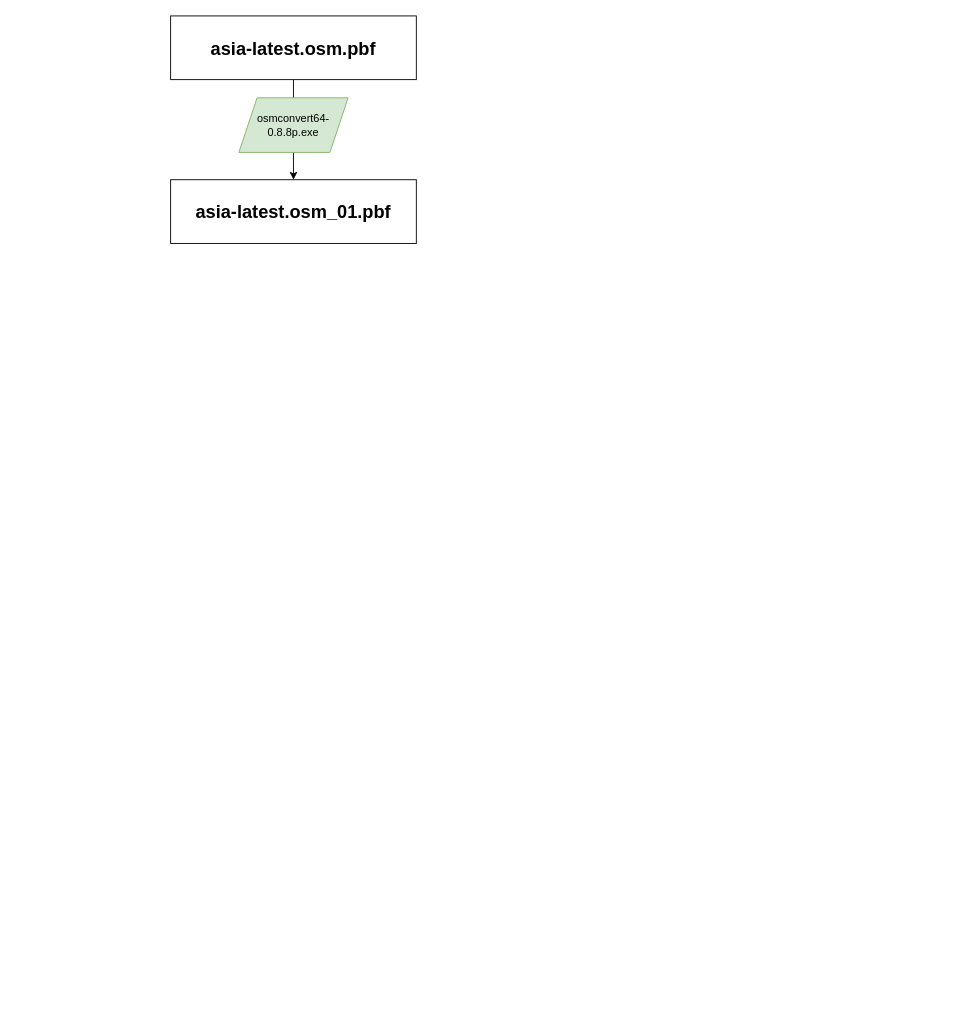
Before: 道路铁路提取数据.drawio in OpenQGIS/Draw.io, a draw.io diagram. Source tidied: cells renumbered, new cells numbered last; positions are measured from the earlier drawing's top-left corner, leaving out a move shared by most shapes. Both pictures are drawn from the tidied source at 91%, with x=0, y=0 at pixel (170, 15).
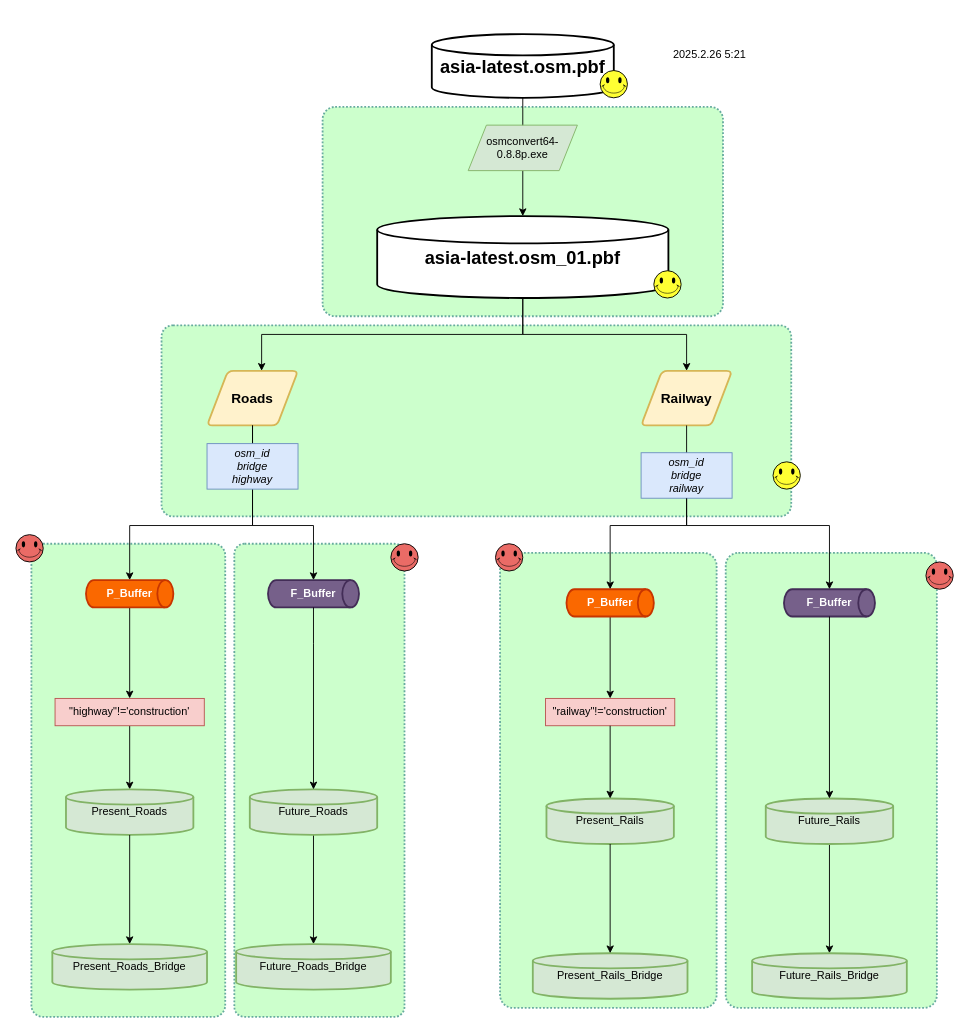
The same page after the edit.

Commit message (it also covers changes not shown here):
更新道路铁路提取数据.drawio

What changed in the source:
```diff
@@
+    <mxCell id="6" style="rounded=1;whiteSpace=wrap;html=1;fillColor=#CCFFCC;strokeColor=#67AB9F;strokeWidth=2;shadow=0;arcSize=6;dashed=1;dashPattern=1 1;" parent="1" vertex="1">
+      <mxGeometry x="610" y="590" width="232" height="500" as="geometry" />
+    </mxCell>
+    <mxCell id="7" style="rounded=1;whiteSpace=wrap;html=1;fillColor=#CCFFCC;strokeColor=#67AB9F;strokeWidth=2;shadow=0;arcSize=6;dashed=1;dashPattern=1 1;" parent="1" vertex="1">
+      <mxGeometry x="70" y="580" width="187" height="520" as="geometry" />
+    </mxCell>
+    <mxCell id="8" style="rounded=1;whiteSpace=wrap;html=1;fillColor=#CCFFCC;strokeColor=#67AB9F;strokeWidth=2;shadow=0;arcSize=6;dashed=1;dashPattern=1 1;" parent="1" vertex="1">
+      <mxGeometry x="362" y="590" width="238" height="500" as="geometry" />
+    </mxCell>
+    <mxCell id="9" style="rounded=1;whiteSpace=wrap;html=1;fillColor=#CCFFCC;strokeColor=#67AB9F;strokeWidth=2;shadow=0;arcSize=6;dashed=1;dashPattern=1 1;" parent="1" vertex="1">
+      <mxGeometry x="-153" y="580" width="213" height="520" as="geometry" />
+    </mxCell>
+    <mxCell id="10" style="rounded=1;whiteSpace=wrap;html=1;fillColor=#CCFFCC;strokeColor=#67AB9F;strokeWidth=2;shadow=0;arcSize=6;dashed=1;dashPattern=1 1;" parent="1" vertex="1">
+      <mxGeometry x="-10" y="340" width="692" height="210" as="geometry" />
+    </mxCell>
+    <mxCell id="11" style="rounded=1;whiteSpace=wrap;html=1;fillColor=#CCFFCC;strokeColor=#67AB9F;strokeWidth=2;shadow=0;arcSize=6;dashed=1;dashPattern=1 1;" parent="1" vertex="1">
+      <mxGeometry x="167" y="100" width="440" height="230" as="geometry" />
+    </mxCell>
+    <mxCell id="3" value="&lt;span style=&quot;font-size: 20px; font-weight: 700;&quot;&gt;asia-latest.osm.pbf&lt;/span&gt;" style="strokeWidth=2;html=1;shape=mxgraph.flowchart.database;whiteSpace=wrap;" parent="1" vertex="1">
+      <mxGeometry x="287" y="20" width="200" height="70" as="geometry" />
+    </mxCell>
+    <mxCell id="12" style="edgeStyle=orthogonalEdgeStyle;rounded=0;jettySize=auto;html=1;entryX=0.5;entryY=0;entryDx=0;entryDy=0;" parent="1" edge="1" source="4" target="14">
+      <mxGeometry relative="1" as="geometry" />
+    </mxCell>
+    <mxCell id="4" value="&lt;span style=&quot;font-size: 20px; font-weight: 700;&quot;&gt;asia-latest.osm_01.pbf&lt;/span&gt;" style="strokeWidth=2;html=1;shape=mxgraph.flowchart.database;whiteSpace=wrap;" parent="1" vertex="1">
+      <mxGeometry x="227" y="220" width="320" height="90" as="geometry" />
+    </mxCell>
-    <mxCell id="2" style="edgeStyle=orthogonalEdgeStyle;rounded=0;jettySize=auto;html=1;entryX=0.5;entryY=0;entryDx=0;entryDy=0;" parent="1" edge="1" source="3" target="4">
+    <mxCell id="2" style="edgeStyle=orthogonalEdgeStyle;rounded=0;jettySize=auto;html=1;entryX=0.5;entryY=0;entryDx=0;entryDy=0;entryPerimeter=0;" parent="1" edge="1" source="3" target="4">
       <mxGeometry relative="1" as="geometry" />
     </mxCell>
-    <mxCell id="3" value="asia-latest.osm.pbf" style="rounded=0;whiteSpace=wrap;html=1;fontSize=20;fontStyle=1;" parent="1" vertex="1">
-      <mxGeometry width="270" height="70" as="geometry" />
-    </mxCell>
-    <mxCell id="4" value="asia-latest.osm_01.pbf" style="rounded=0;whiteSpace=wrap;html=1;fontSize=20;fontStyle=1;" parent="1" vertex="1">
-      <mxGeometry y="180" width="270" height="70" as="geometry" />
-    </mxCell>
     <mxCell id="5" value="osmconvert64-0.8.8p.exe" style="shape=parallelogram;perimeter=parallelogramPerimeter;whiteSpace=wrap;html=1;fixedSize=1;fillColor=#d5e8d4;strokeColor=#82b366;" parent="1" vertex="1">
-      <mxGeometry x="75" y="90" width="120" height="60" as="geometry" />
+      <mxGeometry x="327" y="120" width="120" height="50" as="geometry" />
     </mxCell>
+    <mxCell id="13" value="Roads" style="shape=parallelogram;html=1;strokeWidth=2;perimeter=parallelogramPerimeter;whiteSpace=wrap;rounded=1;arcSize=12;size=0.23;fontSize=15;fontStyle=1;fillColor=#fff2cc;strokeColor=#d6b656;" parent="1" vertex="1">
+      <mxGeometry x="40" y="390" width="100" height="60" as="geometry" />
+    </mxCell>
+    <mxCell id="14" value="Railway" style="shape=parallelogram;html=1;strokeWidth=2;perimeter=parallelogramPerimeter;whiteSpace=wrap;rounded=1;arcSize=12;size=0.23;fontSize=15;fontStyle=1;fillColor=#fff2cc;strokeColor=#d6b656;" parent="1" vertex="1">
+      <mxGeometry x="517" y="390" width="100" height="60" as="geometry" />
+    </mxCell>
+    <mxCell id="15" value="&quot;railway&quot;!='construction'" style="rounded=0;whiteSpace=wrap;html=1;fontStyle=0;spacing=2;fillColor=#f8cecc;strokeColor=#b85450;" parent="1" vertex="1">
+      <mxGeometry x="412" y="750" width="142" height="30" as="geometry" />
+    </mxCell>
+    <mxCell id="16" style="edgeStyle=orthogonalEdgeStyle;rounded=0;jettySize=auto;html=1;" parent="1" edge="1" source="17" target="18">
+      <mxGeometry relative="1" as="geometry" />
+    </mxCell>
+    <mxCell id="17" value="&quot;highway&quot;!='construction'" style="rounded=0;whiteSpace=wrap;html=1;fontStyle=0;spacing=2;fillColor=#f8cecc;strokeColor=#b85450;" parent="1" vertex="1">
+      <mxGeometry x="-127" y="750" width="164" height="30" as="geometry" />
+    </mxCell>
+    <mxCell id="18" value="Present_Roads" style="strokeWidth=2;html=1;shape=mxgraph.flowchart.database;whiteSpace=wrap;fillColor=#d5e8d4;strokeColor=#82b366;" parent="1" vertex="1">
+      <mxGeometry x="-115" y="850" width="140" height="50" as="geometry" />
+    </mxCell>
+    <mxCell id="19" value="Present_Rails" style="strokeWidth=2;html=1;shape=mxgraph.flowchart.database;whiteSpace=wrap;fillColor=#d5e8d4;strokeColor=#82b366;" parent="1" vertex="1">
+      <mxGeometry x="413" y="860" width="140" height="50" as="geometry" />
+    </mxCell>
+    <mxCell id="20" style="edgeStyle=orthogonalEdgeStyle;rounded=0;jettySize=auto;html=1;" parent="1" edge="1" source="21" target="46">
+      <mxGeometry relative="1" as="geometry" />
+    </mxCell>
+    <mxCell id="21" value="Future_Roads" style="strokeWidth=2;html=1;shape=mxgraph.flowchart.database;whiteSpace=wrap;fillColor=#d5e8d4;strokeColor=#82b366;" parent="1" vertex="1">
+      <mxGeometry x="87" y="850" width="140" height="50" as="geometry" />
+    </mxCell>
+    <mxCell id="22" style="edgeStyle=orthogonalEdgeStyle;rounded=0;jettySize=auto;html=1;" parent="1" edge="1" source="23" target="47">
+      <mxGeometry relative="1" as="geometry" />
+    </mxCell>
+    <mxCell id="23" value="Future_Rails" style="strokeWidth=2;html=1;shape=mxgraph.flowchart.database;whiteSpace=wrap;fillColor=#d5e8d4;strokeColor=#82b366;" parent="1" vertex="1">
+      <mxGeometry x="654" y="860" width="140" height="50" as="geometry" />
+    </mxCell>
+    <mxCell id="24" style="edgeStyle=orthogonalEdgeStyle;rounded=0;jettySize=auto;html=1;entryX=0.5;entryY=0;entryDx=0;entryDy=0;entryPerimeter=0;" parent="1" edge="1" source="15" target="19">
+      <mxGeometry relative="1" as="geometry" />
+    </mxCell>
+    <mxCell id="25" style="edgeStyle=orthogonalEdgeStyle;rounded=0;jettySize=auto;html=1;entryX=0.6;entryY=0;entryDx=0;entryDy=0;entryPerimeter=0;" parent="1" edge="1" source="4" target="13">
+      <mxGeometry relative="1" as="geometry">
+        <Array as="points">
+          <mxPoint x="387" y="350" />
+          <mxPoint x="100" y="350" />
+        </Array>
+      </mxGeometry>
+    </mxCell>
+    <mxCell id="26" value="F_Buffer" style="strokeWidth=2;html=1;shape=mxgraph.flowchart.direct_data;whiteSpace=wrap;fillColor=#76608a;strokeColor=#432D57;fontColor=#ffffff;fontStyle=1;" parent="1" vertex="1">
+      <mxGeometry x="107" y="620" width="100" height="30" as="geometry" />
+    </mxCell>
+    <mxCell id="27" style="edgeStyle=orthogonalEdgeStyle;rounded=0;jettySize=auto;html=1;exitX=0.5;exitY=1;exitDx=0;exitDy=0;exitPerimeter=0;" parent="1" edge="1" source="28" target="17">
+      <mxGeometry relative="1" as="geometry" />
+    </mxCell>
+    <mxCell id="28" value="P_Buffer" style="strokeWidth=2;html=1;shape=mxgraph.flowchart.direct_data;whiteSpace=wrap;fillColor=#fa6800;strokeColor=#C73500;fontColor=#FFFFFF;fontStyle=1;" parent="1" vertex="1">
+      <mxGeometry x="-93" y="620" width="96" height="30" as="geometry" />
+    </mxCell>
+    <mxCell id="29" style="edgeStyle=orthogonalEdgeStyle;rounded=0;jettySize=auto;html=1;entryX=0.5;entryY=0;entryDx=0;entryDy=0;entryPerimeter=0;" parent="1" edge="1" source="13" target="28">
+      <mxGeometry relative="1" as="geometry">
+        <Array as="points">
+          <mxPoint x="90" y="560" />
+          <mxPoint x="-45" y="560" />
+        </Array>
+      </mxGeometry>
+    </mxCell>
+    <mxCell id="30" style="edgeStyle=orthogonalEdgeStyle;rounded=0;jettySize=auto;html=1;entryX=0.5;entryY=0;entryDx=0;entryDy=0;entryPerimeter=0;" parent="1" edge="1" source="13" target="26">
+      <mxGeometry relative="1" as="geometry">
+        <Array as="points">
+          <mxPoint x="90" y="560" />
+          <mxPoint x="157" y="560" />
+        </Array>
+      </mxGeometry>
+    </mxCell>
+    <mxCell id="31" value="osm_id&lt;div&gt;bridge&lt;/div&gt;&lt;div&gt;highway&lt;/div&gt;" style="rounded=0;whiteSpace=wrap;html=1;fontStyle=2;spacing=2;fillColor=#dae8fc;strokeColor=#6c8ebf;" parent="1" vertex="1">
+      <mxGeometry x="40" y="470" width="100" height="50" as="geometry" />
+    </mxCell>
+    <mxCell id="32" style="edgeStyle=orthogonalEdgeStyle;rounded=0;jettySize=auto;html=1;entryX=0.5;entryY=0;entryDx=0;entryDy=0;entryPerimeter=0;" parent="1" edge="1" source="26" target="21">
+      <mxGeometry relative="1" as="geometry">
+        <Array as="points">
+          <mxPoint x="157" y="690" />
+          <mxPoint x="157" y="690" />
+        </Array>
+      </mxGeometry>
+    </mxCell>
+    <mxCell id="33" value="F_Buffer" style="strokeWidth=2;html=1;shape=mxgraph.flowchart.direct_data;whiteSpace=wrap;fillColor=#76608a;strokeColor=#432D57;fontColor=#ffffff;fontStyle=1;" parent="1" vertex="1">
+      <mxGeometry x="674" y="630" width="100" height="30" as="geometry" />
+    </mxCell>
+    <mxCell id="34" style="edgeStyle=orthogonalEdgeStyle;rounded=0;jettySize=auto;html=1;" parent="1" edge="1" source="35" target="15">
+      <mxGeometry relative="1" as="geometry" />
+    </mxCell>
+    <mxCell id="35" value="P_Buffer" style="strokeWidth=2;html=1;shape=mxgraph.flowchart.direct_data;whiteSpace=wrap;fillColor=#fa6800;strokeColor=#C73500;fontColor=#FFFFFF;fontStyle=1;" parent="1" vertex="1">
+      <mxGeometry x="435" y="630" width="96" height="30" as="geometry" />
+    </mxCell>
+    <mxCell id="36" style="edgeStyle=orthogonalEdgeStyle;rounded=0;jettySize=auto;html=1;entryX=0.5;entryY=0;entryDx=0;entryDy=0;entryPerimeter=0;" parent="1" edge="1" source="14" target="35">
+      <mxGeometry relative="1" as="geometry">
+        <Array as="points">
+          <mxPoint x="567" y="560" />
+          <mxPoint x="483" y="560" />
+        </Array>
+      </mxGeometry>
+    </mxCell>
+    <mxCell id="37" value="osm_id&lt;div&gt;bridge&lt;/div&gt;&lt;div&gt;railway&lt;/div&gt;" style="rounded=0;whiteSpace=wrap;html=1;fontStyle=2;spacing=2;fillColor=#dae8fc;strokeColor=#6c8ebf;" parent="1" vertex="1">
+      <mxGeometry x="517" y="480" width="100" height="50" as="geometry" />
+    </mxCell>
+    <mxCell id="38" style="edgeStyle=orthogonalEdgeStyle;rounded=0;jettySize=auto;html=1;entryX=0.5;entryY=0;entryDx=0;entryDy=0;entryPerimeter=0;" parent="1" edge="1" source="33" target="23">
+      <mxGeometry relative="1" as="geometry" />
+    </mxCell>
+    <mxCell id="39" style="verticalLabelPosition=bottom;verticalAlign=top;html=1;shape=mxgraph.basic.smiley;fillColor=#FFFF33;" parent="1" vertex="1">
+      <mxGeometry x="472" y="60" width="30" height="30" as="geometry" />
+    </mxCell>
+    <mxCell id="40" style="verticalLabelPosition=bottom;verticalAlign=top;html=1;shape=mxgraph.basic.smiley;fillColor=#FFFF33;" parent="1" vertex="1">
+      <mxGeometry x="531" y="280" width="30" height="30" as="geometry" />
+    </mxCell>
+    <mxCell id="41" value="2025.2.26 5:21" style="text;html=1;align=center;verticalAlign=middle;strokeColor=none;fillColor=none;" parent="1" vertex="1">
+      <mxGeometry x="542" y="28" width="100" height="30" as="geometry" />
+    </mxCell>
+    <mxCell id="42" style="verticalLabelPosition=bottom;verticalAlign=top;html=1;shape=mxgraph.basic.smiley;fillColor=#FFFF33;" parent="1" vertex="1">
+      <mxGeometry x="662" y="490" width="30" height="30" as="geometry" />
+    </mxCell>
+    <mxCell id="43" style="verticalLabelPosition=bottom;verticalAlign=top;html=1;shape=mxgraph.basic.smiley;fillColor=#EA6B66;" parent="1" vertex="1">
+      <mxGeometry x="830" y="600" width="30" height="30" as="geometry" />
+    </mxCell>
+    <mxCell id="44" style="verticalLabelPosition=bottom;verticalAlign=top;html=1;shape=mxgraph.basic.smiley;fillColor=#EA6B66;" parent="1" vertex="1">
+      <mxGeometry x="242" y="580" width="30" height="30" as="geometry" />
+    </mxCell>
+    <mxCell id="45" value="Present_Roads_Bridge" style="strokeWidth=2;html=1;shape=mxgraph.flowchart.database;whiteSpace=wrap;fillColor=#d5e8d4;strokeColor=#82b366;" parent="1" vertex="1">
+      <mxGeometry x="-130" y="1020" width="170" height="50" as="geometry" />
+    </mxCell>
+    <mxCell id="46" value="Future_Roads_Bridge" style="strokeWidth=2;html=1;shape=mxgraph.flowchart.database;whiteSpace=wrap;fillColor=#d5e8d4;strokeColor=#82b366;" parent="1" vertex="1">
+      <mxGeometry x="72" y="1020" width="170" height="50" as="geometry" />
+    </mxCell>
+    <mxCell id="47" value="Future_Rails_Bridge" style="strokeWidth=2;html=1;shape=mxgraph.flowchart.database;whiteSpace=wrap;fillColor=#d5e8d4;strokeColor=#82b366;" parent="1" vertex="1">
+      <mxGeometry x="639" y="1030" width="170" height="50" as="geometry" />
+    </mxCell>
+    <mxCell id="48" value="Present_Rails_Bridge" style="strokeWidth=2;html=1;shape=mxgraph.flowchart.database;whiteSpace=wrap;fillColor=#d5e8d4;strokeColor=#82b366;" parent="1" vertex="1">
+      <mxGeometry x="398" y="1030" width="170" height="50" as="geometry" />
+    </mxCell>
+    <mxCell id="49" style="edgeStyle=orthogonalEdgeStyle;rounded=0;jettySize=auto;html=1;entryX=0.5;entryY=0;entryDx=0;entryDy=0;entryPerimeter=0;" parent="1" edge="1" source="18" target="45">
+      <mxGeometry relative="1" as="geometry" />
+    </mxCell>
+    <mxCell id="50" style="edgeStyle=orthogonalEdgeStyle;rounded=0;jettySize=auto;html=1;entryX=0.5;entryY=0;entryDx=0;entryDy=0;entryPerimeter=0;" parent="1" edge="1" source="19" target="48">
+      <mxGeometry relative="1" as="geometry" />
+    </mxCell>
+    <mxCell id="51" style="edgeStyle=orthogonalEdgeStyle;rounded=0;jettySize=auto;html=1;entryX=0.5;entryY=0;entryDx=0;entryDy=0;entryPerimeter=0;" parent="1" edge="1" source="37" target="33">
+      <mxGeometry relative="1" as="geometry">
+        <Array as="points">
+          <mxPoint x="567" y="560" />
+          <mxPoint x="724" y="560" />
+        </Array>
+      </mxGeometry>
+    </mxCell>
+    <mxCell id="52" style="verticalLabelPosition=bottom;verticalAlign=top;html=1;shape=mxgraph.basic.smiley;fillColor=#EA6B66;" parent="1" vertex="1">
+      <mxGeometry x="357" y="580" width="30" height="30" as="geometry" />
+    </mxCell>
+    <mxCell id="53" style="verticalLabelPosition=bottom;verticalAlign=top;html=1;shape=mxgraph.basic.smiley;fillColor=#EA6B66;" parent="1" vertex="1">
+      <mxGeometry x="-170" y="570" width="30" height="30" as="geometry" />
+    </mxCell>
```
